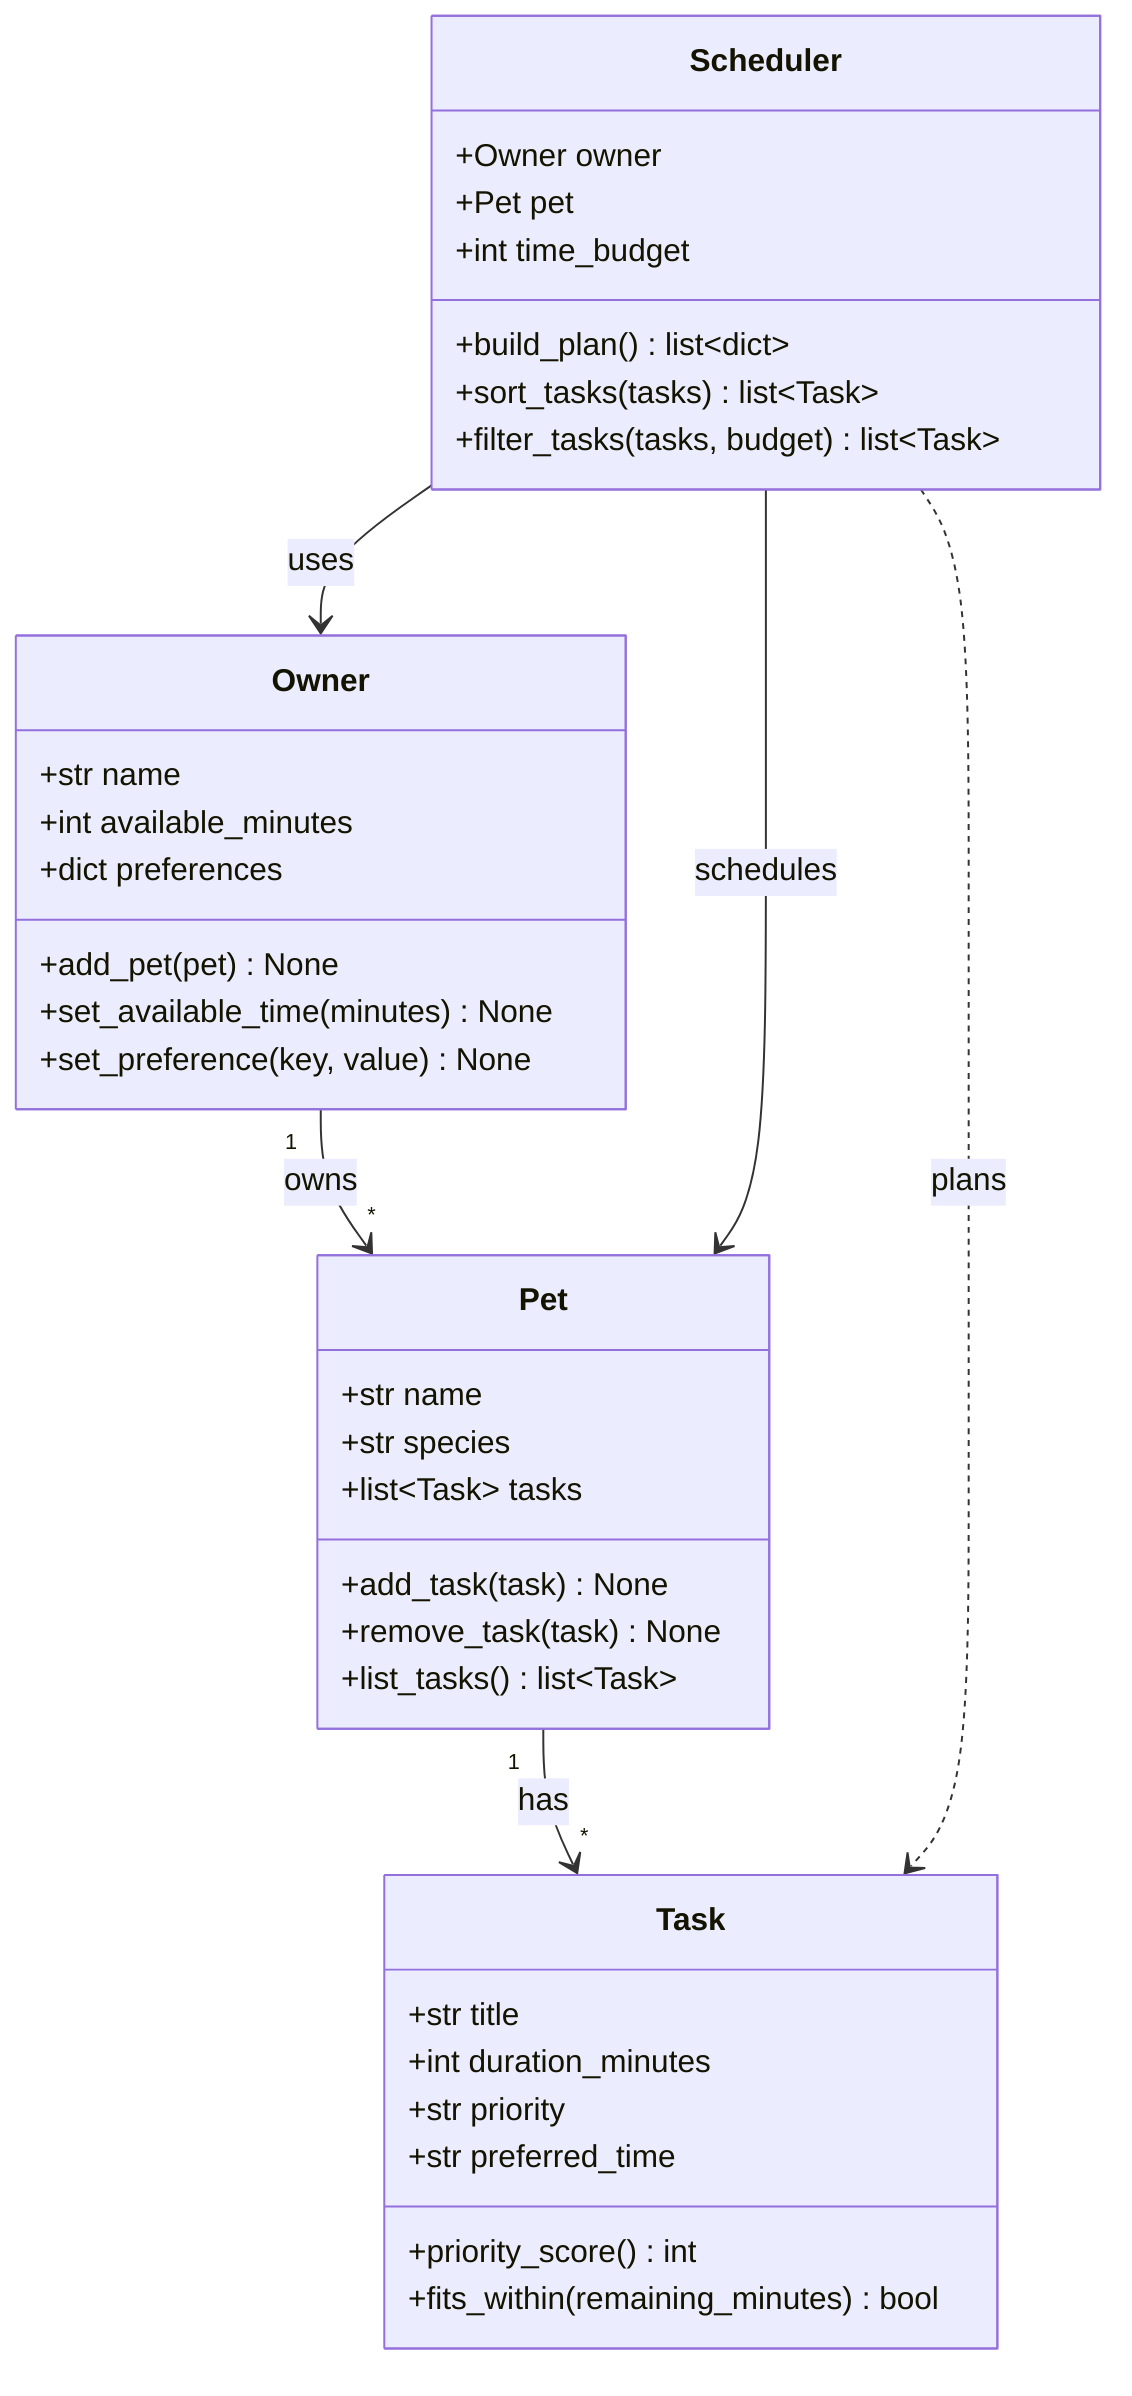
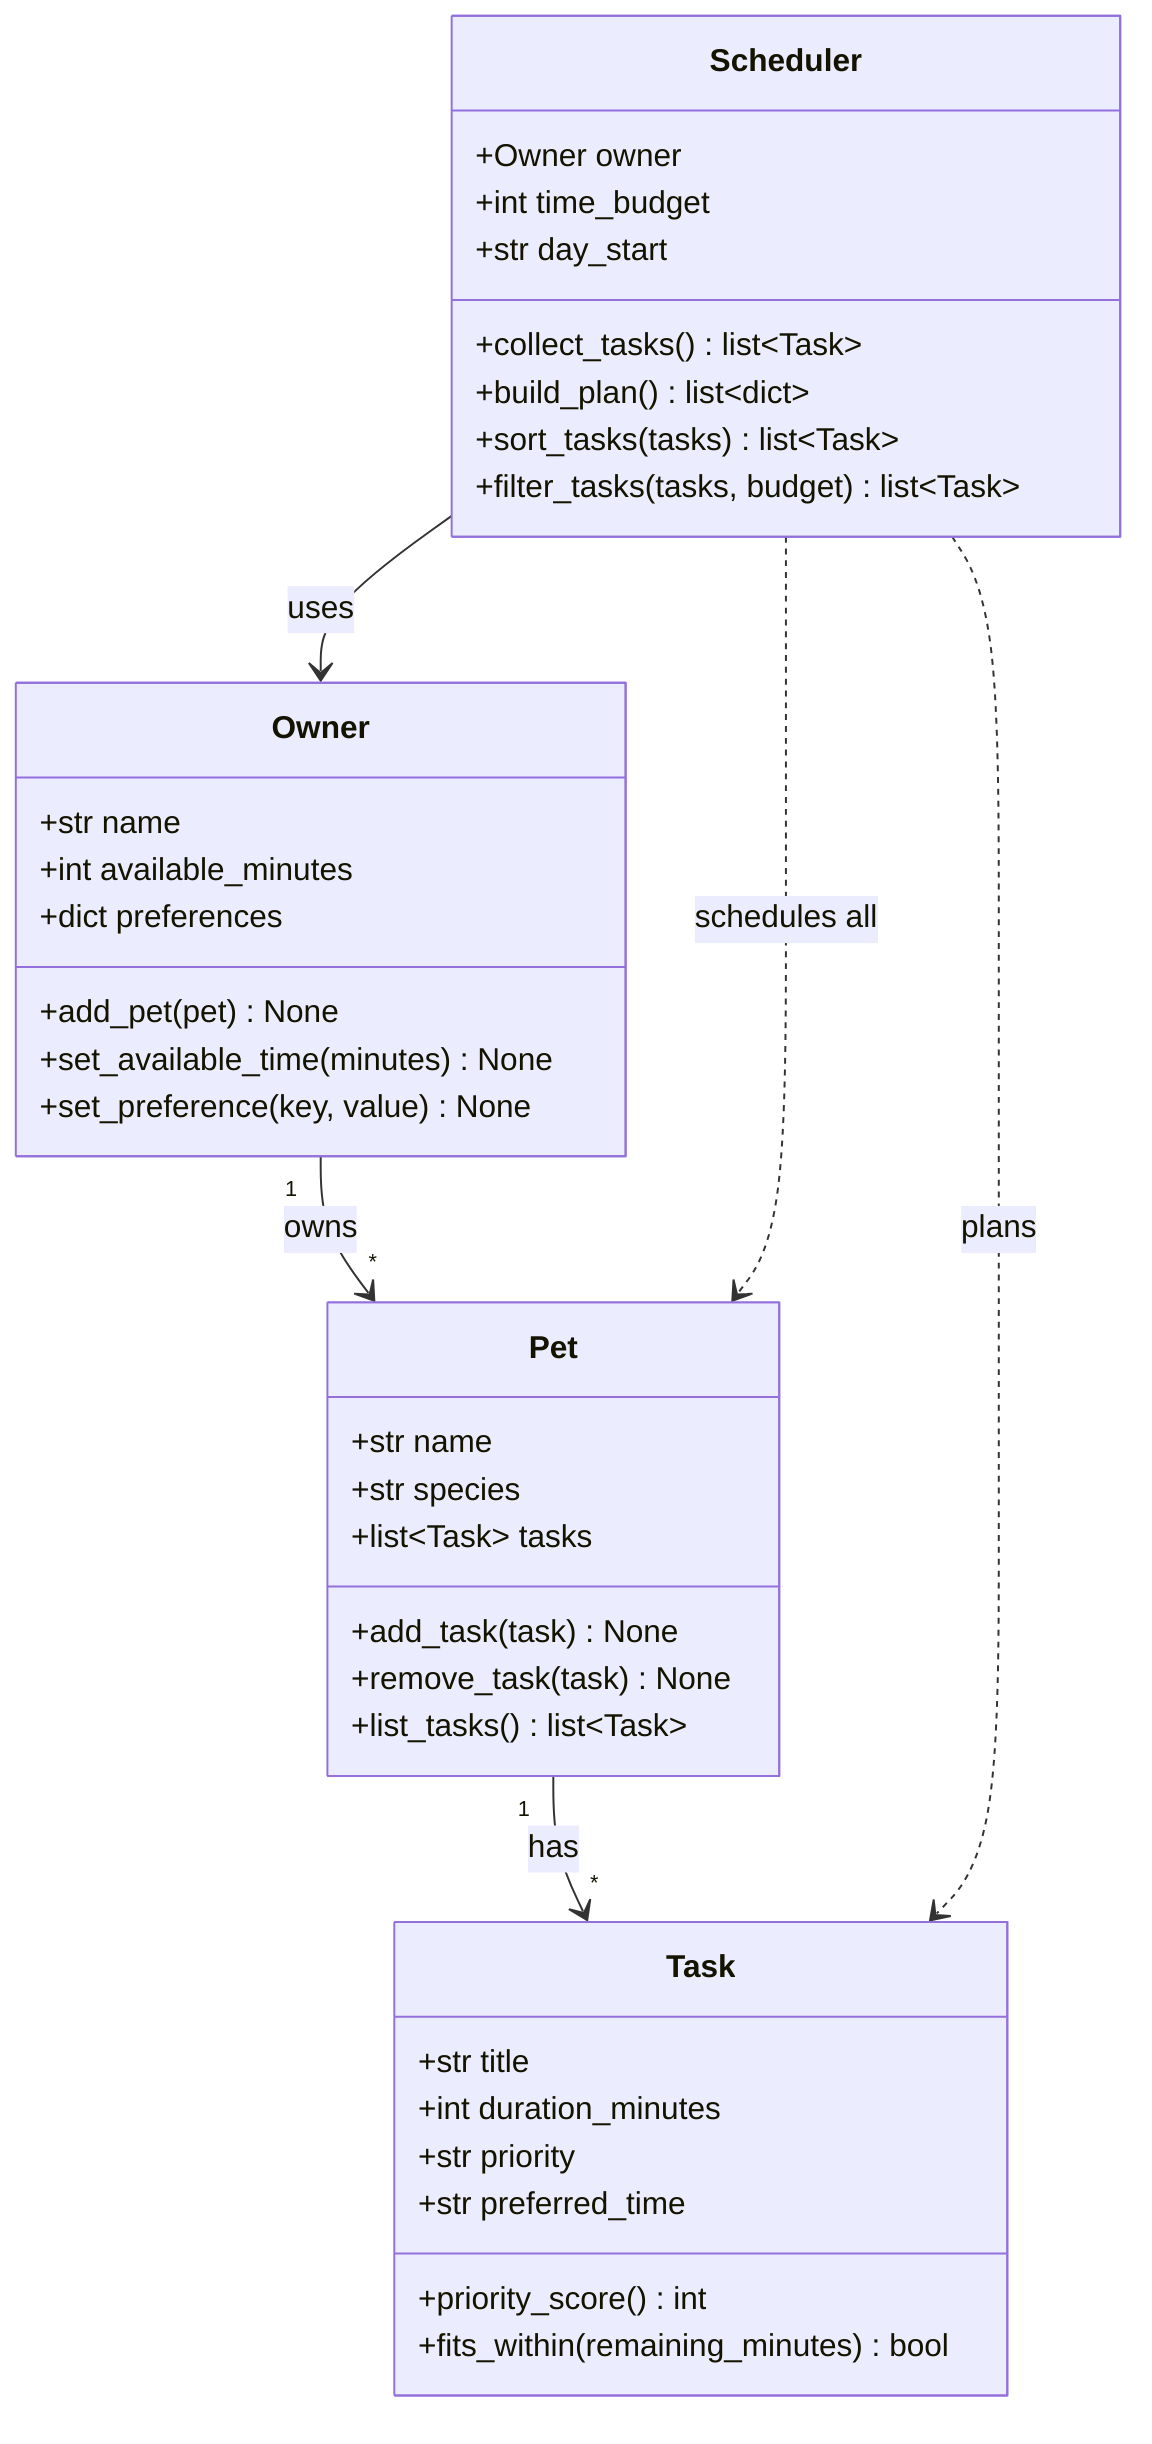
classDiagram
    %% PawPal+ — pet care planning app (draft UML).
    %% Four core classes. Revisit/refine in Phase 6 to match the final code.

    class Owner {
        +str name
        +int available_minutes
        +dict preferences
        +add_pet(pet) None
        +set_available_time(minutes) None
        +set_preference(key, value) None
    }

    class Pet {
        +str name
        +str species
        +list~Task~ tasks
        +add_task(task) None
        +remove_task(task) None
        +list_tasks() list~Task~
    }

    class Task {
        +str title
        +int duration_minutes
        +str priority
        +str preferred_time
        +priority_score() int
        +fits_within(remaining_minutes) bool
    }

    class Scheduler {
        +Owner owner
-         +Pet pet
        +int time_budget
+         +str day_start
+         +collect_tasks() list~Task~
        +build_plan() list~dict~
        +sort_tasks(tasks) list~Task~
        +filter_tasks(tasks, budget) list~Task~
    }

    Owner "1" --> "*" Pet : owns
    Pet "1" --> "*" Task : has
    Scheduler --> Owner : uses
-     Scheduler --> Pet : schedules
+     Scheduler ..> Pet : schedules all
    Scheduler ..> Task : plans
